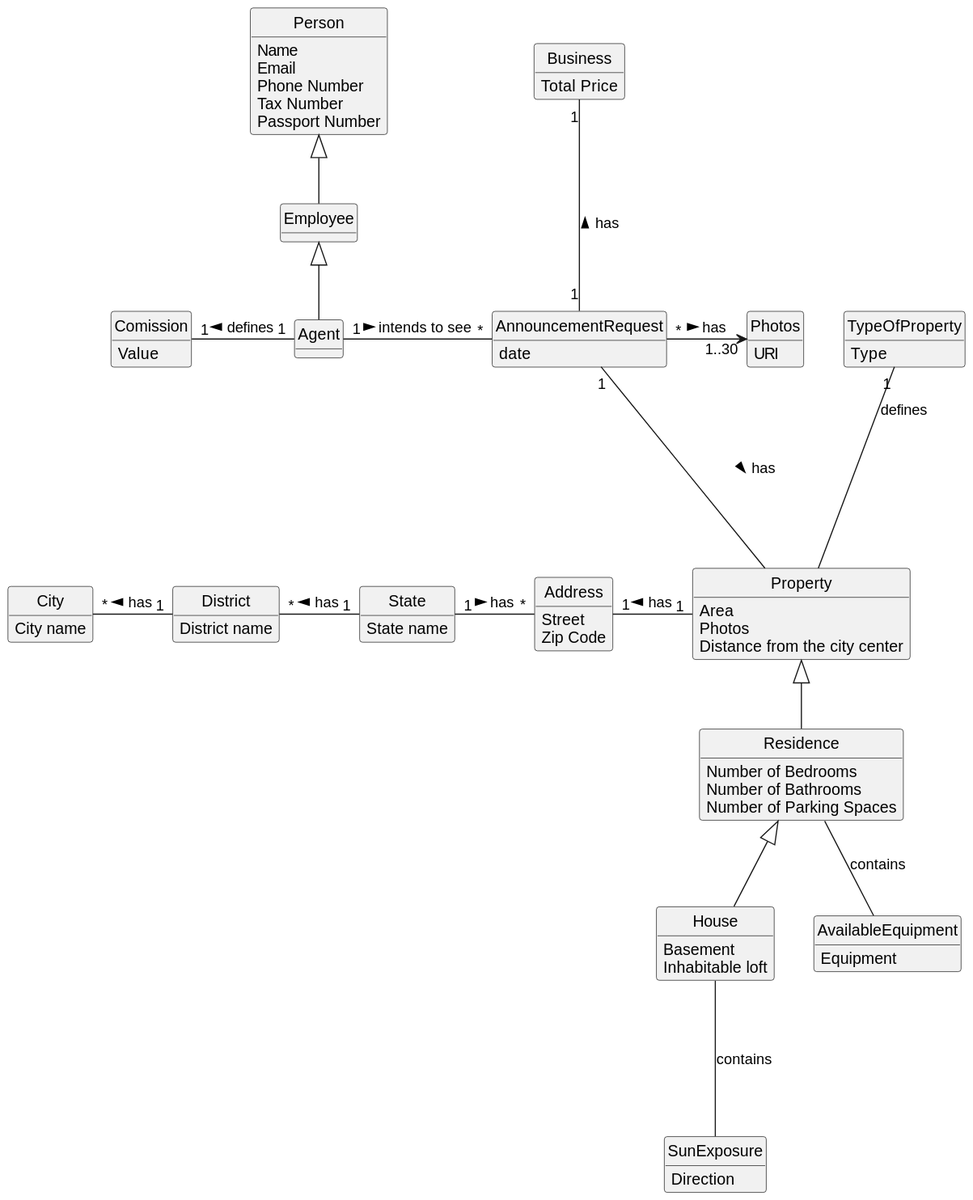
This is docs/sprintC/US08/02.analysis/svg/us08-domain-model.svg from PureNimble/ISEP-LAPR2, a PlantUML export, as it was before one commit.
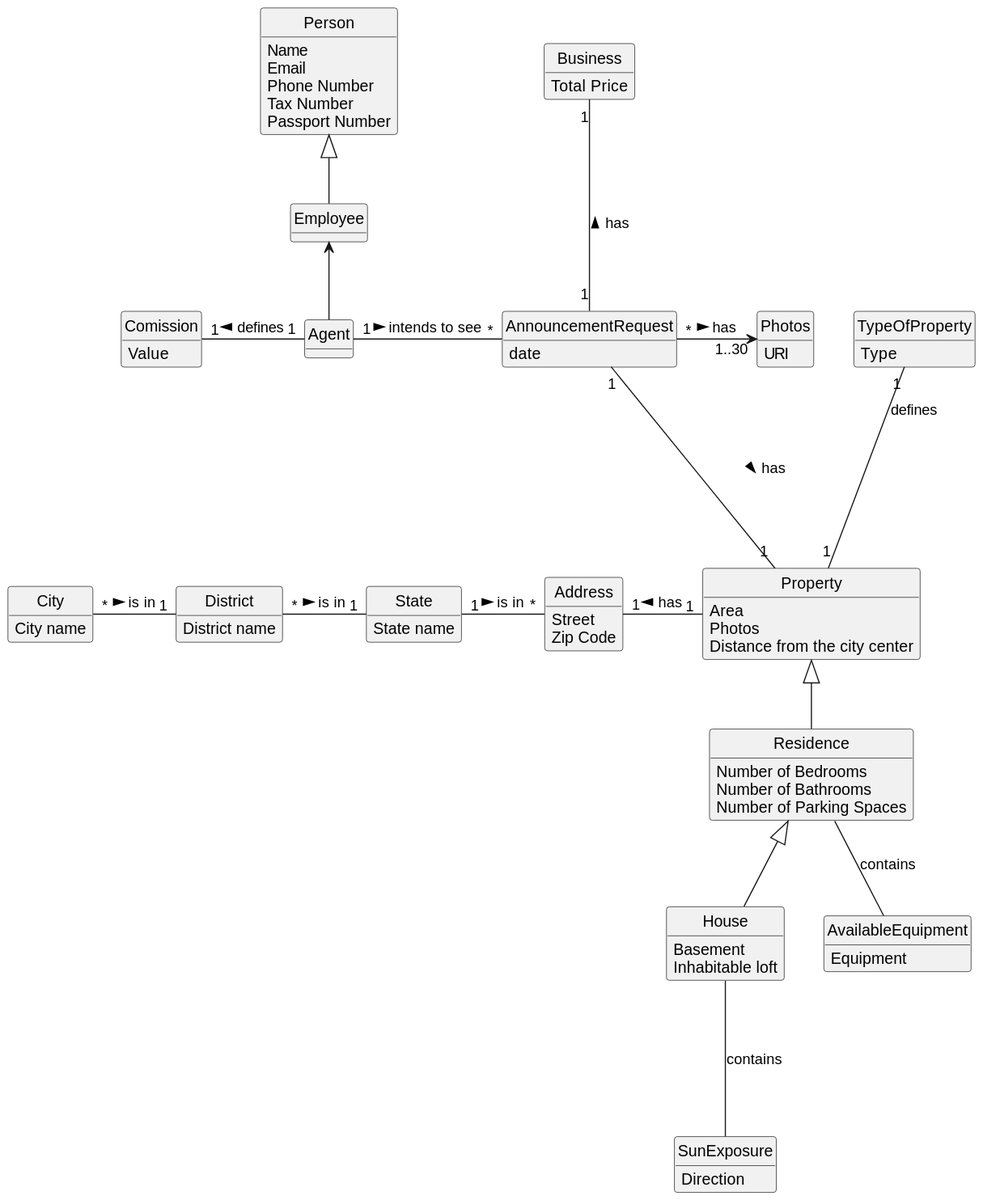
Above is the later version.

What changed in the source:
```diff
@@ -87,12 +87,12 @@
 
 
 Person <|-- Employee
-Employee <|--Agent
+Employee <-- Agent
 
 Agent "1" - "*" AnnouncementRequest:intends to see >
 
-AnnouncementRequest "1" -- Property: has >
-TypeOfProperty "1" -- Property:defines\n\n\n\n\n\n\n
+AnnouncementRequest "1" -- "1"Property: has >
+TypeOfProperty "1" -- "1" Property:defines\n\n\n\n\n\n\n
 Property <|-- Residence
 Residence <|-- House
 AnnouncementRequest "*" -> "1..30" Photos: has >
@@ -100,9 +100,9 @@
 House --- SunExposure:contains
 
 Address "1" -right-- "1" Property: has <
-State "1" -left-- "*" District: has >
-District "1" -left-- "*" City: has >
-Address "*" -left-- "1" State: has <
+State "1" -left-- "*" District: is in <
+District "1" -left-- "*" City: is in <
+Address "*" -left-- "1" State: is in <
 
 Business "1" --- "1" AnnouncementRequest: has <
 
```
